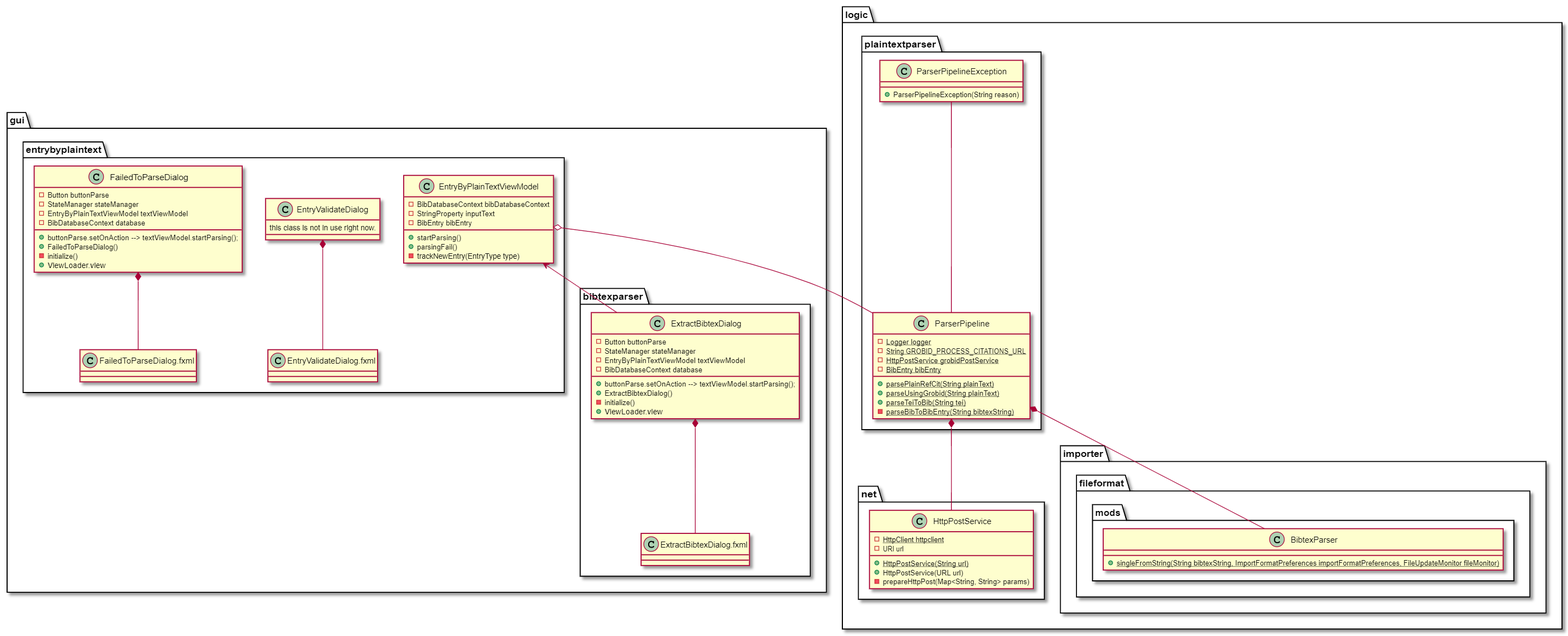
JabRef/jabref keeps this PlantUML diagram as docs/sweng/TechnicalDocumentation/classDiagram.PNG. Above is the earlier version. Its source is kept beside it as docs/sweng/TechnicalDocumentation/classDiagram.puml. Its diagram source:
```plantuml
@startuml


package gui {
package bibtexparser {
  class ExtractBibtexDialog{
    {field} -Button buttonParse
    {field} -Button buttonParseToNewLib
    {field} -StateManager stateManager
    {field} -EntryByPlainTextViewModel textViewModel
    {field} -BibDatabaseContext database

    {method} +buttonParse.setOnAction --> textViewModel.startParsing();
    {method} +ExtractBibtexDialog()
    {method} -initialize()
    {method} +ViewLoader.view

  }
  class BibtextExtractorViewModel{
      {field} -BibDatabaseContext bibDatabaseContext
      {field} -StringProperty inputText
      {field} -BibEntry bibEntry
      {field} -BibDatabaseContext newDatabaseContext
      {field} -boolean directAdd
      {field} -List<BibEntry> extractedEntries
      {method} +startParsing(boolean directAdd)
      {method} +parsingFail()
      {method} -trackNewEntry(EntryType type)
      {method} +executeParse
      {method} +inputTextProperty



  }

  class ExtractBibtexDialog.fxml

  ExtractBibtexDialog *-- ExtractBibtexDialog.fxml
  ExtractBibtexDialog --> BibtextExtractorViewModel
  BibtextExtractorViewModel --> GrobidCitationFetcher

    }
   }







package logic{
  package plaintextparser{



  class GrobidCitationFetcherException{

  {method} +GrobidCitationFetcherException(String reason)


  }
   class GrobidCitationFetcher{

      {field} {static}  -Logger logger
      {field} {static}  -String GROBID_PROCESS_CITATIONS_URL
      {field} {static}  -HttpPostService grobidPostService
      {field} {static}  -BibEntry bibEntry

      {method} {static} +parsePlainRefCit(String plainText)
      {method} {static} +parseUsingGrobid(String plainText)
      {method} {static} +parseTeiToBib(String tei)
      {method} {static} -parseBibToBibEntry(String bibtexString)
  }
}

package net{

  class URLDOWNLOAD{


    {method}  +URLDOWNLOAD(String url)
    {method}  +setPostData(String params)
    {method}  +asString()

  }


}

package importer {
  package fileformat{
    package mods{
      class BibtexParser{
        {method} {static} +singleFromString(String bibtexString, ImportFormatPreferences importFormatPreferences, FileUpdateMonitor fileMonitor)
      }
    }
  }
}

}

GrobidCitationFetcher *-- BibtexParser
GrobidCitationFetcherException --- GrobidCitationFetcher


@enduml
```
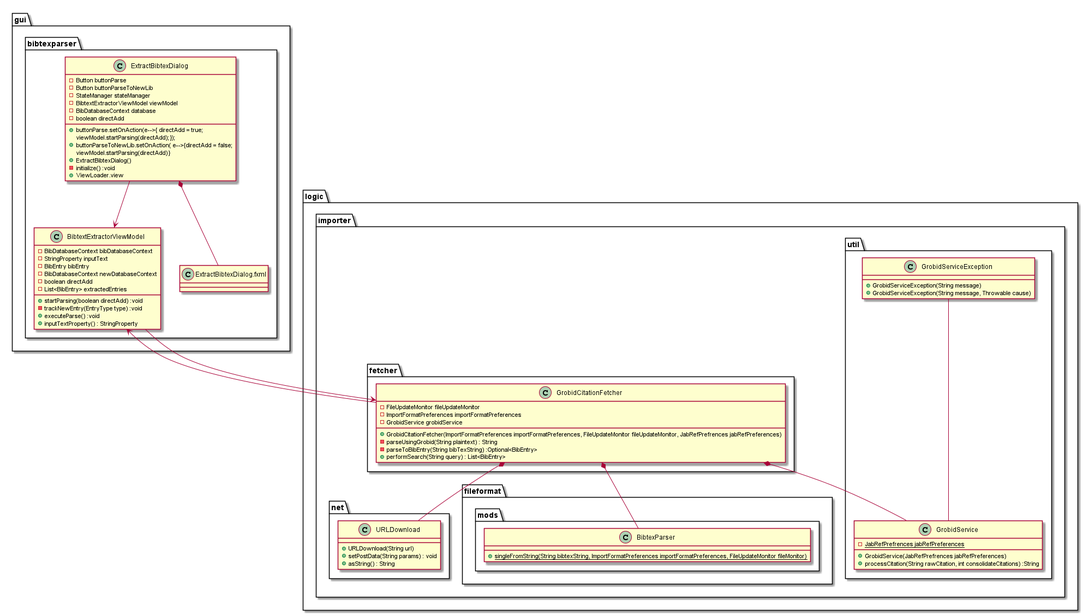
After the commit.

Commit message:
Finish classDiagram

What changed in the source:
```diff
@@ -7,12 +7,16 @@
     {field} -Button buttonParse
     {field} -Button buttonParseToNewLib
     {field} -StateManager stateManager
-    {field} -EntryByPlainTextViewModel textViewModel
+    {field} -BibtextExtractorViewModel viewModel
     {field} -BibDatabaseContext database
+    {field} -boolean directAdd
 
-    {method} +buttonParse.setOnAction --> textViewModel.startParsing();
+    {method} +buttonParse.setOnAction(e-->{ directAdd = true;
+    viewModel.startParsing(directAdd);});
+    {method} +buttonParseToNewLib.setOnAction( e-->{directAdd = false;
+    viewModel.startParsing(directAdd)}
     {method} +ExtractBibtexDialog()
-    {method} -initialize()
+    {method} -initialize() :void
     {method} +ViewLoader.view
 
   }
@@ -23,11 +27,10 @@
       {field} -BibDatabaseContext newDatabaseContext
       {field} -boolean directAdd
       {field} -List<BibEntry> extractedEntries
-      {method} +startParsing(boolean directAdd)
-      {method} +parsingFail()
-      {method} -trackNewEntry(EntryType type)
-      {method} +executeParse
-      {method} +inputTextProperty
+      {method} +startParsing(boolean directAdd) :void
+      {method} -trackNewEntry(EntryType type) :void
+      {method} +executeParse() :void
+      {method} +inputTextProperty() : StringProperty
 
 
 
@@ -37,57 +40,69 @@
 
   ExtractBibtexDialog *-- ExtractBibtexDialog.fxml
   ExtractBibtexDialog --> BibtextExtractorViewModel
-  BibtextExtractorViewModel --> GrobidCitationFetcher
+
 
     }
    }
+
+package logic{
+  package importer {
+   package fetcher{
+
+
+     class GrobidCitationFetcher{
+
+        {field} -FileUpdateMonitor fileUpdateMonitor
+        {field} -ImportFormatPreferences importFormatPreferences
+        {field} -GrobidService grobidService
+        {method} +GrobidCitationFetcher(ImportFormatPreferences importFormatPreferences, FileUpdateMonitor fileUpdateMonitor, JabRefPrefrences jabRefPreferences)
+        {method} -parseUsingGrobid(String plaintext) : String
+        {method} -parseToBibEntry(String bibTexString) :Optional<BibEntry>
+        {method} +performSearch(String query) : List<BibEntry>
+
+
+
+        }
 
 
 
 
 
+}
 
+package util{
 
-package logic{
-  package plaintextparser{
+  class GrobidService{
 
-
-
-  class GrobidCitationFetcherException{
-
-  {method} +GrobidCitationFetcherException(String reason)
+     {field} {static} -JabRefPrefrences jabRefPreferences
+     {method} +GrobidService(JabRefPrefrences jabRefPreferences)
+     {method} +processCitation(String rawCitation, int consolidateCitations) :String
 
 
   }
-   class GrobidCitationFetcher{
 
-      {field} {static}  -Logger logger
-      {field} {static}  -String GROBID_PROCESS_CITATIONS_URL
-      {field} {static}  -HttpPostService grobidPostService
-      {field} {static}  -BibEntry bibEntry
-
-      {method} {static} +parsePlainRefCit(String plainText)
-      {method} {static} +parseUsingGrobid(String plainText)
-      {method} {static} +parseTeiToBib(String tei)
-      {method} {static} -parseBibToBibEntry(String bibtexString)
+  class GrobidServiceException{
+    {method} +GrobidServiceException(String message)
+    {method} +GrobidServiceException(String message, Throwable cause)
   }
-}
+    GrobidServiceException --- GrobidService
+  }
 
 package net{
 
-  class URLDOWNLOAD{
+  class URLDownload{
 
 
-    {method}  +URLDOWNLOAD(String url)
-    {method}  +setPostData(String params)
-    {method}  +asString()
+    {method}  +URLDownload(String url)
+    {method}  +setPostData(String params) : void
+    {method}  +asString() : String
 
   }
 
 
 }
 
-package importer {
+
   package fileformat{
     package mods{
       class BibtexParser{
@@ -99,8 +114,12 @@
 
 }
 
+
 GrobidCitationFetcher *-- BibtexParser
-GrobidCitationFetcherException --- GrobidCitationFetcher
+GrobidCitationFetcher *-- URLDownload
+BibtextExtractorViewModel --> GrobidCitationFetcher
+GrobidCitationFetcher --> BibtextExtractorViewModel
+GrobidCitationFetcher *--GrobidService
 
 
 @enduml
```
